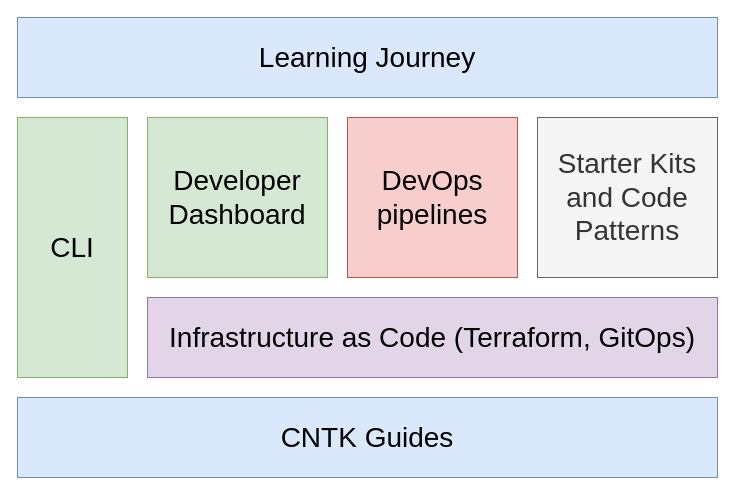
The draw.io diagram src/pages/overview/images/cntk-in-the-toolkit.drawio in cloud-native-toolkit/site-developer-guide, before the edit. Source tidied: cells renumbered, new cells numbered last; positions are measured from the earlier drawing's top-left corner, leaving out a move shared by most shapes. Both pictures are drawn from the tidied source at 100%, with x=0, y=0 at pixel (17, 17).
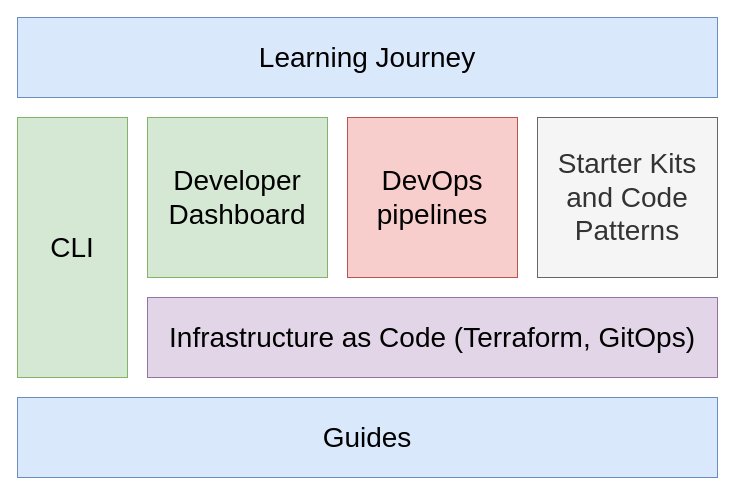
Above is the later version.

The edit, as a diff of the source:
```diff
@@
 <mxGraphModel>
   <root>
     <mxCell id="0" />
     <mxCell id="1" parent="0" />
     <mxCell id="2" value="Infrastructure as Code (Terraform, GitOps)" style="rounded=0;whiteSpace=wrap;html=1;align=center;fillColor=#e1d5e7;strokeColor=#9673a6;fontSize=28;" parent="1" vertex="1">
       <mxGeometry x="130" y="280" width="570" height="80" as="geometry" />
     </mxCell>
-    <mxCell id="3" value="&lt;font style=&quot;font-size: 28px&quot;&gt;CNTK Guides&lt;/font&gt;" style="rounded=0;whiteSpace=wrap;html=1;align=center;fillColor=#dae8fc;strokeColor=#6c8ebf;" parent="1" vertex="1">
+    <mxCell id="3" value="&lt;font style=&quot;font-size: 28px&quot;&gt;Guides&lt;/font&gt;" style="rounded=0;whiteSpace=wrap;html=1;align=center;fillColor=#dae8fc;strokeColor=#6c8ebf;" parent="1" vertex="1">
       <mxGeometry y="380" width="700" height="80" as="geometry" />
     </mxCell>
     <mxCell id="4" value="Learning Journey" style="rounded=0;whiteSpace=wrap;html=1;align=center;fillColor=#dae8fc;strokeColor=#6c8ebf;fontSize=28;" parent="1" vertex="1">
       <mxGeometry width="700" height="80" as="geometry" />
     </mxCell>
     <mxCell id="5" value="Starter Kits and Code Patterns" style="rounded=0;whiteSpace=wrap;html=1;fontColor=#333333;align=center;fillColor=#f5f5f5;strokeColor=#666666;fontSize=28;" parent="1" vertex="1">
       <mxGeometry x="520" y="100" width="180" height="160" as="geometry" />
     </mxCell>
     <mxCell id="6" value="&lt;font style=&quot;font-size: 28px&quot;&gt;DevOps pipelines&lt;/font&gt;" style="rounded=0;whiteSpace=wrap;html=1;align=center;fillColor=#f8cecc;strokeColor=#b85450;" parent="1" vertex="1">
       <mxGeometry x="330" y="100" width="170" height="160" as="geometry" />
     </mxCell>
     <mxCell id="7" value="Developer Dashboard" style="rounded=0;whiteSpace=wrap;html=1;align=center;fontSize=28;fillColor=#d5e8d4;strokeColor=#82b366;" parent="1" vertex="1">
       <mxGeometry x="130" y="100" width="180" height="160" as="geometry" />
     </mxCell>
     <mxCell id="8" value="CLI" style="rounded=0;whiteSpace=wrap;html=1;align=center;fillColor=#d5e8d4;strokeColor=#82b366;fontSize=28;" parent="1" vertex="1">
       <mxGeometry y="100" width="110" height="260" as="geometry" />
     </mxCell>
   </root>
 </mxGraphModel>
```
